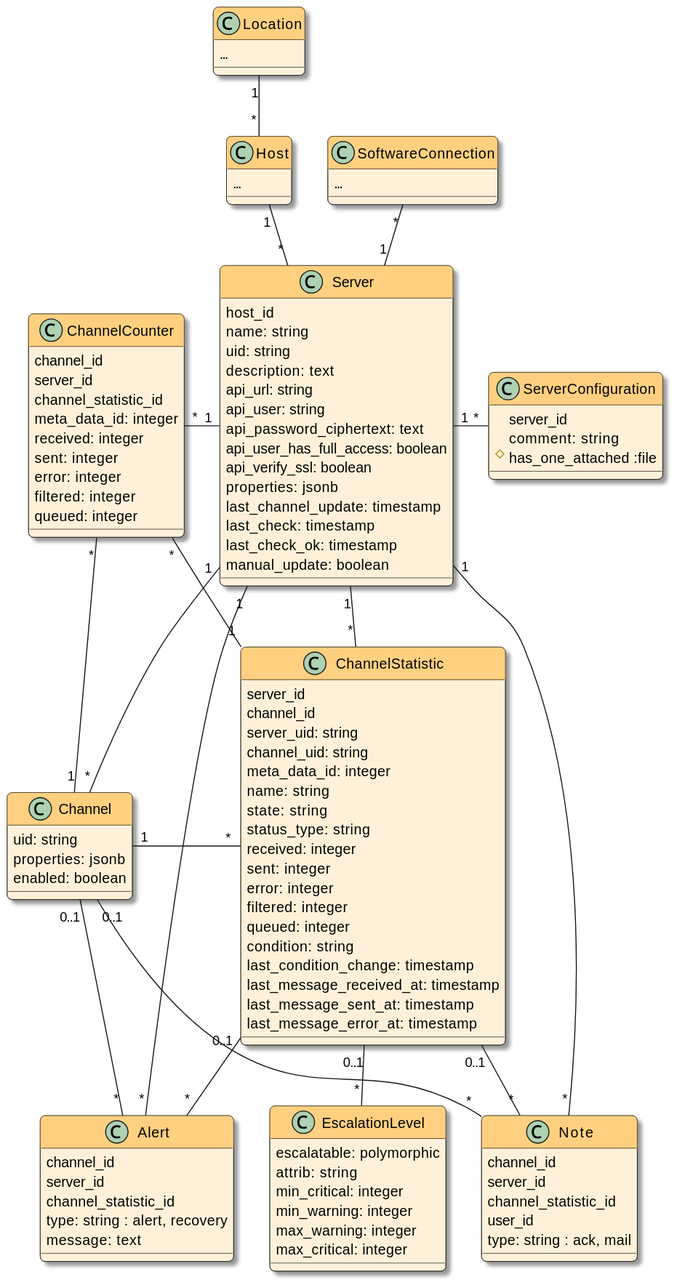
Above: docsrc/devnotes/modules/ROOT/images/models.svg in swobspace/mirco (PlantUML), before the change.
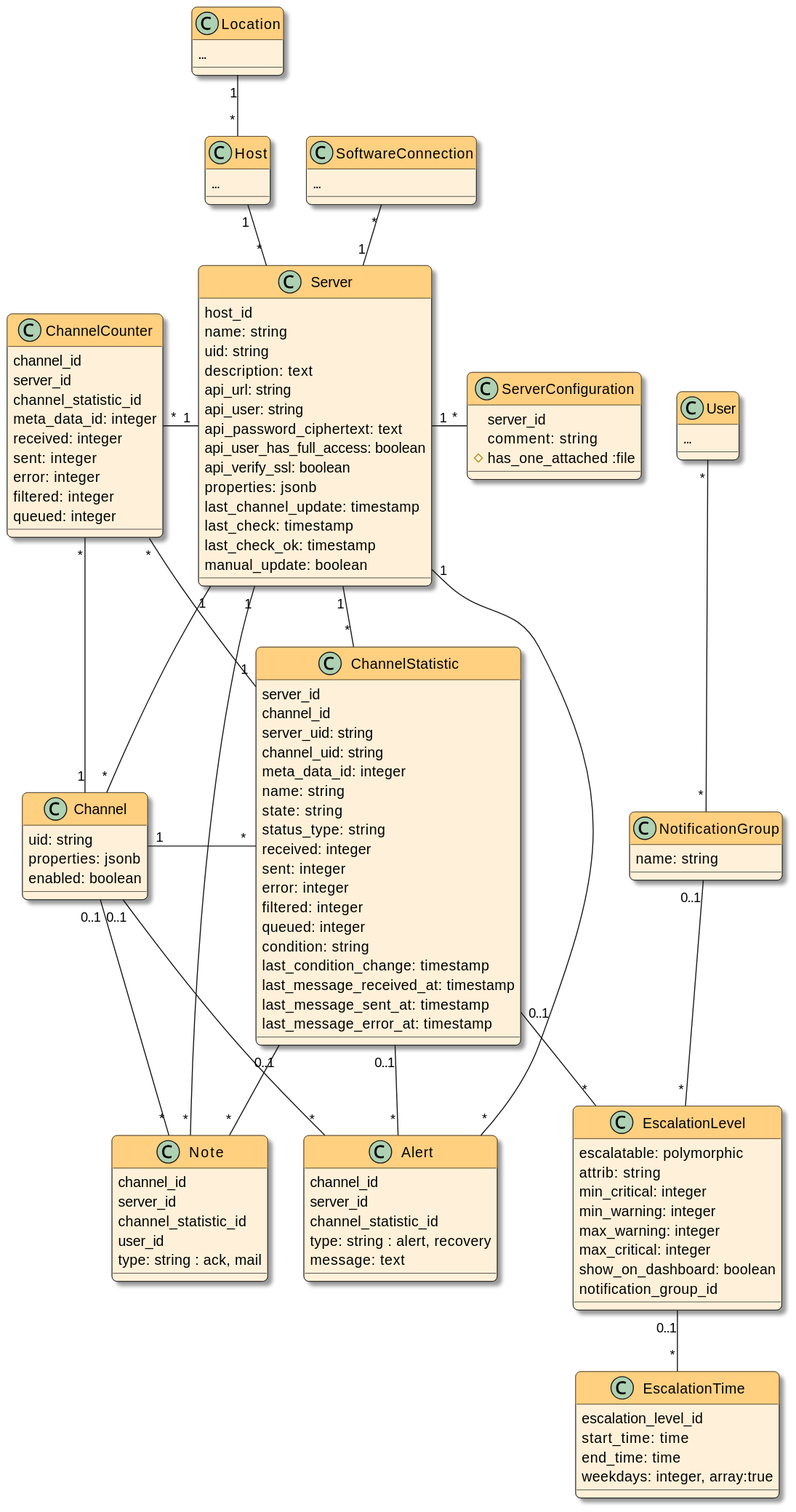
Above is the later version.

Change to the diagram source:
```diff
@@ -2,6 +2,10 @@
 top to bottom direction
 
 !theme mirco from .
+
+class User {
+  ...
+}
 
 class Location {
   ...
@@ -98,6 +102,19 @@
   min_warning: integer
   max_warning: integer
   max_critical: integer
+  show_on_dashboard: boolean
+  notification_group_id
+}
+
+class EscalationTime {
+  escalation_level_id
+  start_time: time
+  end_time: time
+  weekdays: integer, array:true
+}
+
+class NotificationGroup {
+  name: string
 }
 
 Location "1" -- "*" Host
@@ -117,5 +134,7 @@
 Channel "0..1" -- "*" Note
 ChannelStatistic "0..1" -- "*" Note
 ChannelStatistic "0..1" -- "*" EscalationLevel
-
+NotificationGroup "0..1" -- "*" EscalationLevel
+EscalationLevel "0..1" -- "*" EscalationTime
+User "*" -- "*" NotificationGroup
 @enduml
```
